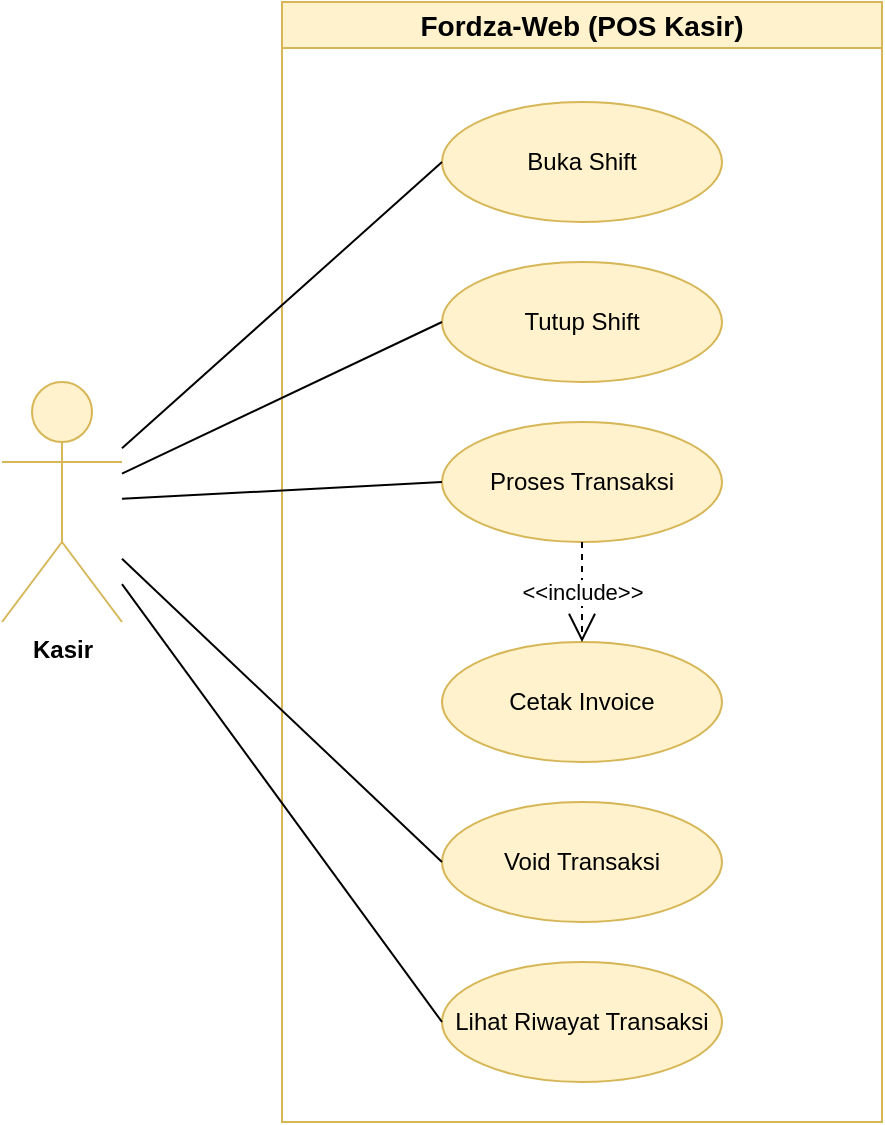
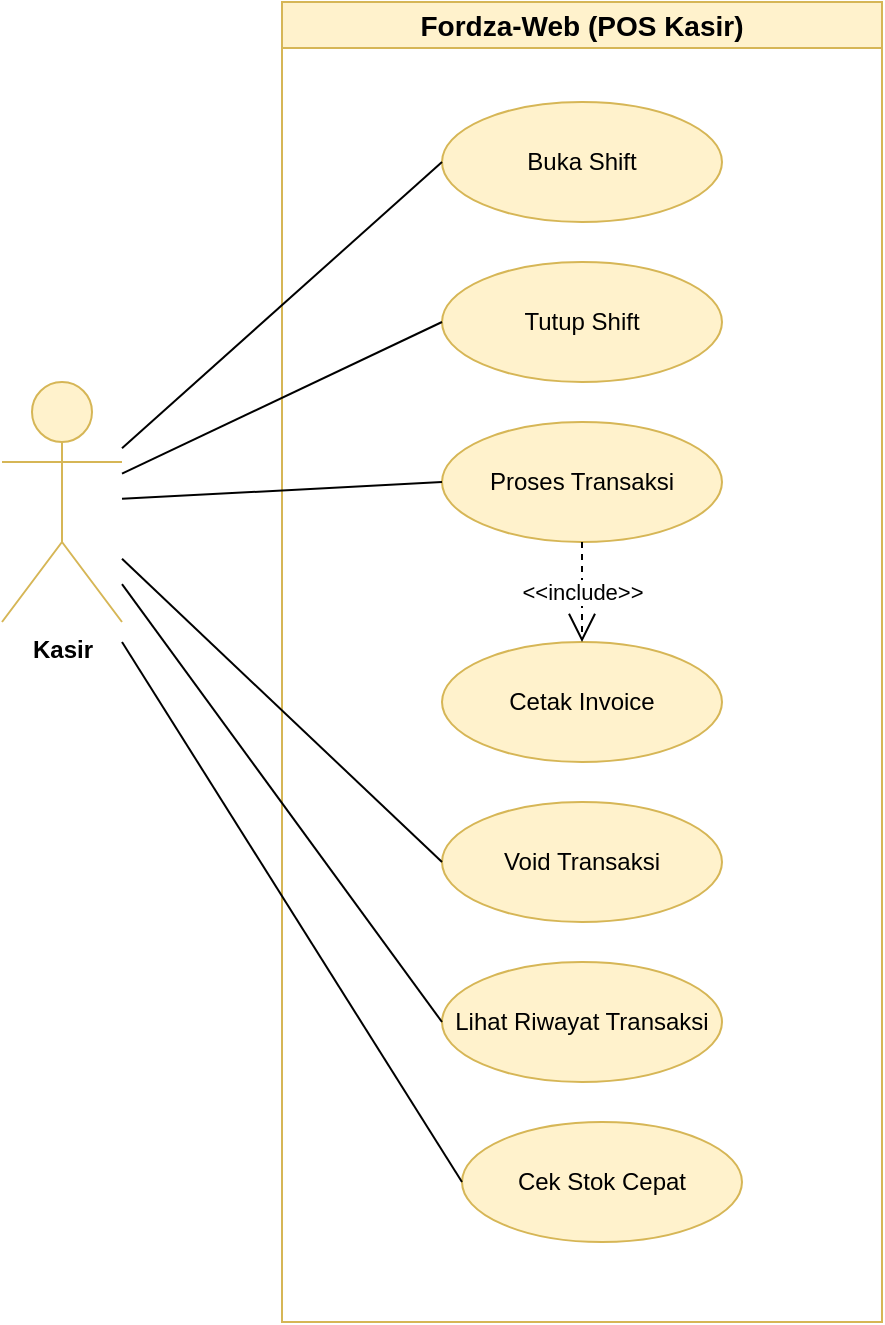
<mxfile host="app.diagrams.net" agent="5.0">
  <diagram name="Use Case - Kasir" id="uc-kasir">
-     <mxGraphModel dx="1000" dy="800" grid="1" gridSize="10" guides="1" tooltips="1" connect="1" arrows="1" fold="1" page="1" pageScale="1" pageWidth="827" pageHeight="1169" math="0" shadow="0">
+     <mxGraphModel dx="863" dy="458" grid="1" gridSize="10" guides="1" tooltips="1" connect="1" arrows="1" fold="1" page="1" pageScale="1" pageWidth="827" pageHeight="1169" math="0" shadow="0">
      <root>
        <mxCell id="0" />
        <mxCell id="1" parent="0" />
        <mxCell id="system" parent="1" style="swimlane;whiteSpace=wrap;html=1;fillColor=#fff2cc;strokeColor=#d6b656;fontSize=14;fontStyle=1" value="Fordza-Web (POS Kasir)" vertex="1">
-           <mxGeometry height="560" width="300" x="200" y="50" as="geometry" />
+           <mxGeometry height="660" width="300" x="200" y="50" as="geometry" />
        </mxCell>
        <mxCell id="uc8" parent="system" style="ellipse;whiteSpace=wrap;html=1;fillColor=#fff2cc;strokeColor=#d6b656;" value="Buka Shift" vertex="1">
          <mxGeometry height="60" width="140" x="80" y="50" as="geometry" />
        </mxCell>
        <mxCell id="uc9" parent="system" style="ellipse;whiteSpace=wrap;html=1;fillColor=#fff2cc;strokeColor=#d6b656;" value="Tutup Shift" vertex="1">
          <mxGeometry height="60" width="140" x="80" y="130" as="geometry" />
        </mxCell>
        <mxCell id="uc10" parent="system" style="ellipse;whiteSpace=wrap;html=1;fillColor=#fff2cc;strokeColor=#d6b656;" value="Proses Transaksi" vertex="1">
          <mxGeometry height="60" width="140" x="80" y="210" as="geometry" />
        </mxCell>
        <mxCell id="uc11" parent="system" style="ellipse;whiteSpace=wrap;html=1;fillColor=#fff2cc;strokeColor=#d6b656;" value="Cetak Invoice" vertex="1">
          <mxGeometry height="60" width="140" x="80" y="320" as="geometry" />
        </mxCell>
        <mxCell id="uc12" parent="system" style="ellipse;whiteSpace=wrap;html=1;fillColor=#fff2cc;strokeColor=#d6b656;" value="Void Transaksi" vertex="1">
          <mxGeometry height="60" width="140" x="80" y="400" as="geometry" />
        </mxCell>
        <mxCell id="uc13" parent="system" style="ellipse;whiteSpace=wrap;html=1;fillColor=#fff2cc;strokeColor=#d6b656;" value="Lihat Riwayat Transaksi" vertex="1">
          <mxGeometry height="60" width="140" x="80" y="480" as="geometry" />
        </mxCell>
        <mxCell id="include1" edge="1" parent="system" source="uc10" style="endArrow=open;endSize=12;dashed=1;html=1;exitX=0.5;exitY=1;exitDx=0;exitDy=0;entryX=0.5;entryY=0;entryDx=0;entryDy=0;" target="uc11" value="&amp;lt;&amp;lt;include&amp;gt;&amp;gt;">
          <mxGeometry relative="1" width="160" as="geometry" />
        </mxCell>
+         <mxCell id="rJmrqfTefocR5cXuOeMG-10" parent="system" style="ellipse;whiteSpace=wrap;html=1;fillColor=#fff2cc;strokeColor=#d6b656;" value="Cek Stok Cepat" vertex="1">
+           <mxGeometry height="60" width="140" x="90" y="560" as="geometry" />
+         </mxCell>
        <mxCell id="actor-kasir" parent="1" style="shape=umlActor;verticalLabelPosition=bottom;verticalAlign=top;html=1;fillColor=#fff2cc;strokeColor=#d6b656;fontSize=12;fontStyle=1" value="Kasir" vertex="1">
          <mxGeometry height="120" width="60" x="60" y="240" as="geometry" />
        </mxCell>
        <mxCell id="assoc8" edge="1" parent="1" source="actor-kasir" style="endArrow=none;html=1;entryX=0;entryY=0.5;entryDx=0;entryDy=0;" target="uc8" value="">
          <mxGeometry height="50" relative="1" width="50" as="geometry" />
        </mxCell>
        <mxCell id="assoc9" edge="1" parent="1" source="actor-kasir" style="endArrow=none;html=1;entryX=0;entryY=0.5;entryDx=0;entryDy=0;" target="uc9" value="">
          <mxGeometry height="50" relative="1" width="50" as="geometry" />
        </mxCell>
        <mxCell id="assoc10" edge="1" parent="1" source="actor-kasir" style="endArrow=none;html=1;entryX=0;entryY=0.5;entryDx=0;entryDy=0;" target="uc10" value="">
          <mxGeometry height="50" relative="1" width="50" as="geometry" />
        </mxCell>
        <mxCell id="assoc12" edge="1" parent="1" source="actor-kasir" style="endArrow=none;html=1;entryX=0;entryY=0.5;entryDx=0;entryDy=0;" target="uc12" value="">
          <mxGeometry height="50" relative="1" width="50" as="geometry" />
        </mxCell>
        <mxCell id="assoc13" edge="1" parent="1" source="actor-kasir" style="endArrow=none;html=1;entryX=0;entryY=0.5;entryDx=0;entryDy=0;" target="uc13" value="">
          <mxGeometry height="50" relative="1" width="50" as="geometry" />
        </mxCell>
+         <mxCell id="rJmrqfTefocR5cXuOeMG-1" edge="1" parent="1" style="endArrow=none;html=1;" value="">
+           <mxGeometry height="50" relative="1" width="50" as="geometry">
+             <mxPoint x="120" y="370" as="sourcePoint" />
+             <mxPoint x="290" y="640" as="targetPoint" />
+           </mxGeometry>
+         </mxCell>
      </root>
    </mxGraphModel>
  </diagram>
</mxfile>
